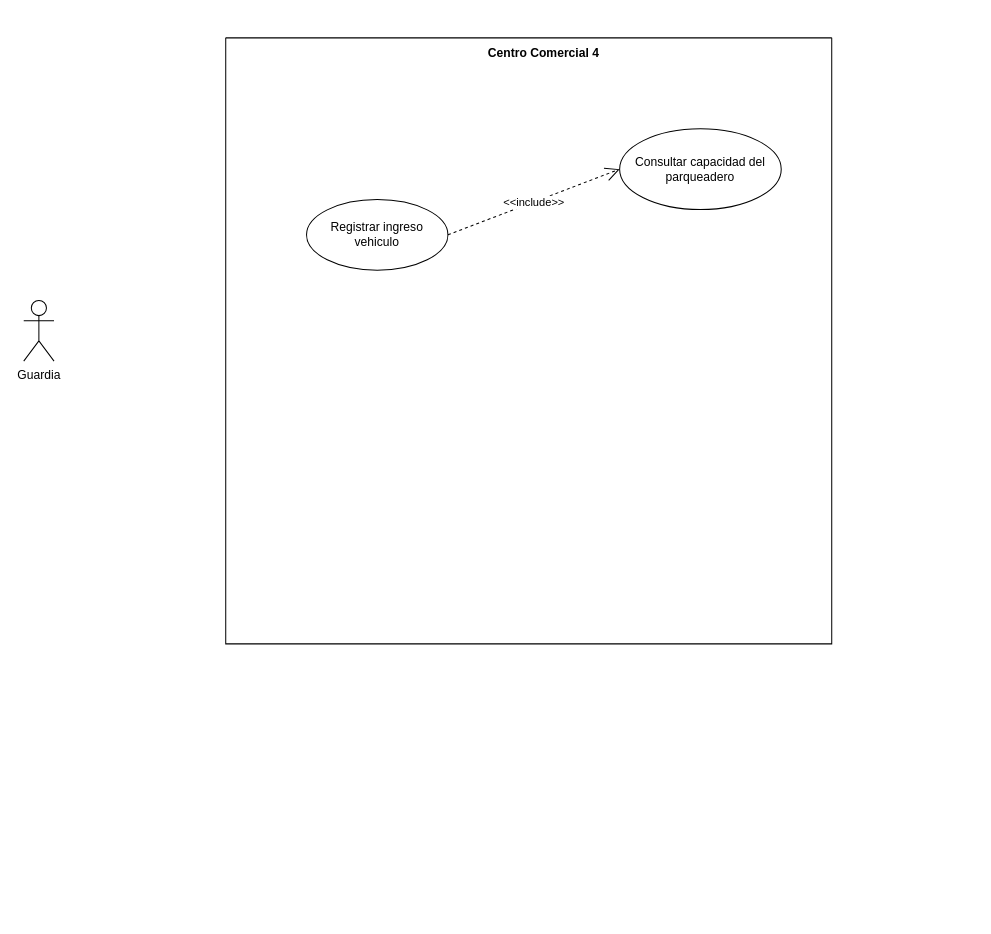
dvdm12/Exercices keeps this draw.io diagram as page "Página-5" (5 of 5) of Diagrama sin título.drawio. Above is the earlier version. Source tidied: cells renumbered, new cells numbered last; positions are measured from the earlier drawing's top-left corner, leaving out a move shared by most shapes. Both pictures are drawn from the tidied source at 101%, with x=0, y=0 at pixel (23, 37).
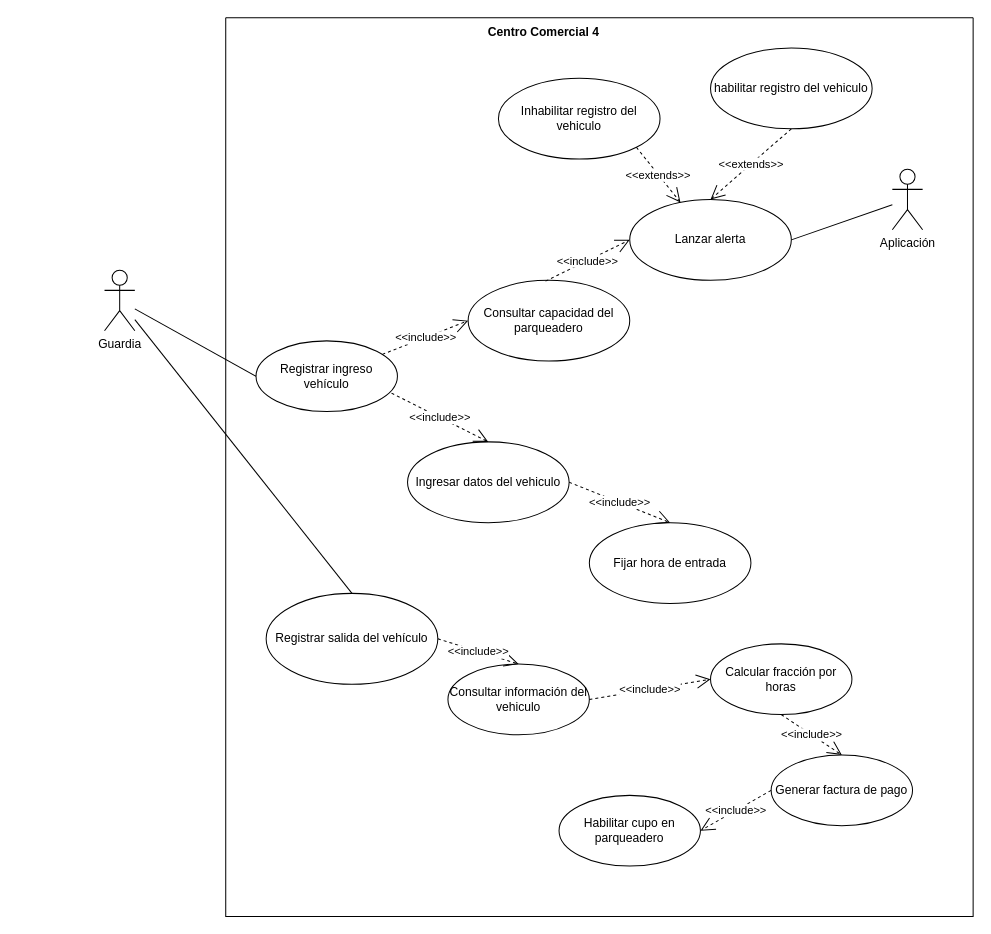
The same page after the edit.

The edit, as a diff of the source:
```diff
@@
     <mxCell id="2" style="swimlane;startSize=0;" parent="1" vertex="1">
-      <mxGeometry x="200" width="600" height="600" as="geometry" />
+      <mxGeometry x="200" y="-20" width="740" height="890" as="geometry" />
     </mxCell>
@@
-    <mxCell id="4" value="Registrar ingreso vehiculo" style="ellipse;whiteSpace=wrap;html=1;" parent="2" vertex="1">
-      <mxGeometry x="80" y="160" width="140" height="70" as="geometry" />
+    <mxCell id="4" value="Registrar ingreso vehículo" style="ellipse;whiteSpace=wrap;html=1;" parent="2" vertex="1">
+      <mxGeometry x="30" y="320" width="140" height="70" as="geometry" />
     </mxCell>
     <mxCell id="5" value="Consultar capacidad del parqueadero" style="ellipse;whiteSpace=wrap;html=1;" parent="2" vertex="1">
-      <mxGeometry x="390" y="90" width="160" height="80" as="geometry" />
+      <mxGeometry x="240" y="260" width="160" height="80" as="geometry" />
     </mxCell>
-    <mxCell id="6" value="&amp;lt;&amp;lt;include&amp;gt;&amp;gt;" style="endArrow=open;endSize=12;dashed=1;html=1;rounded=0;exitX=1;exitY=0.5;exitDx=0;exitDy=0;entryX=0;entryY=0.5;entryDx=0;entryDy=0;" parent="2" edge="1" source="4" target="5">
+    <mxCell id="6" value="&amp;lt;&amp;lt;include&amp;gt;&amp;gt;" style="endArrow=open;endSize=12;dashed=1;html=1;rounded=0;entryX=0;entryY=0.5;entryDx=0;entryDy=0;" parent="2" edge="1" source="4" target="5">
       <mxGeometry relative="1" as="geometry" />
     </mxCell>
+    <mxCell id="8" value="Ingresar datos del vehiculo" style="ellipse;whiteSpace=wrap;html=1;" parent="2" vertex="1">
+      <mxGeometry x="180" y="420" width="160" height="80" as="geometry" />
+    </mxCell>
+    <mxCell id="9" value="&amp;lt;&amp;lt;include&amp;gt;&amp;gt;" style="endArrow=open;endSize=12;dashed=1;html=1;rounded=0;entryX=0.5;entryY=0;entryDx=0;entryDy=0;exitX=0.958;exitY=0.739;exitDx=0;exitDy=0;exitPerimeter=0;" parent="2" edge="1" source="4" target="8">
+      <mxGeometry relative="1" as="geometry" />
+    </mxCell>
+    <mxCell id="10" value="Lanzar alerta " style="ellipse;whiteSpace=wrap;html=1;" parent="2" vertex="1">
+      <mxGeometry x="400" y="180" width="160" height="80" as="geometry" />
+    </mxCell>
+    <mxCell id="11" value="Inhabilitar registro del vehiculo" style="ellipse;whiteSpace=wrap;html=1;" parent="2" vertex="1">
+      <mxGeometry x="270" y="60" width="160" height="80" as="geometry" />
+    </mxCell>
+    <mxCell id="12" value="habilitar registro del vehiculo" style="ellipse;whiteSpace=wrap;html=1;" parent="2" vertex="1">
+      <mxGeometry x="480" y="30" width="160" height="80" as="geometry" />
+    </mxCell>
+    <mxCell id="13" value="&amp;lt;&amp;lt;extends&amp;gt;&amp;gt;" style="endArrow=open;endSize=12;dashed=1;html=1;rounded=0;exitX=1;exitY=1;exitDx=0;exitDy=0;" parent="2" edge="1" source="11" target="10">
+      <mxGeometry relative="1" as="geometry" />
+    </mxCell>
+    <mxCell id="14" value="&amp;lt;&amp;lt;extends&amp;gt;&amp;gt;" style="endArrow=open;endSize=12;dashed=1;html=1;rounded=0;entryX=0.5;entryY=0;entryDx=0;entryDy=0;exitX=0.5;exitY=1;exitDx=0;exitDy=0;" parent="2" edge="1" source="12" target="10">
+      <mxGeometry relative="1" as="geometry" />
+    </mxCell>
+    <mxCell id="15" value="&amp;lt;&amp;lt;include&amp;gt;&amp;gt;" style="endArrow=open;endSize=12;dashed=1;html=1;rounded=0;entryX=0;entryY=0.5;entryDx=0;entryDy=0;exitX=0.479;exitY=0.011;exitDx=0;exitDy=0;exitPerimeter=0;" parent="2" edge="1" source="5" target="10">
+      <mxGeometry relative="1" as="geometry" />
+    </mxCell>
+    <mxCell id="16" value="Registrar salida del vehículo" style="ellipse;whiteSpace=wrap;html=1;" parent="2" vertex="1">
+      <mxGeometry x="40" y="570" width="170" height="90" as="geometry" />
+    </mxCell>
+    <mxCell id="17" value="Fijar hora de entrada" style="ellipse;whiteSpace=wrap;html=1;" parent="2" vertex="1">
+      <mxGeometry x="360" y="500" width="160" height="80" as="geometry" />
+    </mxCell>
+    <mxCell id="18" value="&amp;lt;&amp;lt;include&amp;gt;&amp;gt;" style="endArrow=open;endSize=12;dashed=1;html=1;rounded=0;entryX=0.5;entryY=0;entryDx=0;entryDy=0;exitX=1;exitY=0.5;exitDx=0;exitDy=0;" parent="2" edge="1" source="8" target="17">
+      <mxGeometry relative="1" as="geometry" />
+    </mxCell>
+    <mxCell id="19" value="Calcular fracción por horas" style="ellipse;whiteSpace=wrap;html=1;" parent="2" vertex="1">
+      <mxGeometry x="480" y="620" width="140" height="70" as="geometry" />
+    </mxCell>
+    <mxCell id="20" value="Consultar información del vehiculo" style="ellipse;whiteSpace=wrap;html=1;" parent="2" vertex="1">
+      <mxGeometry x="220" y="640" width="140" height="70" as="geometry" />
+    </mxCell>
+    <mxCell id="21" value="&amp;lt;&amp;lt;include&amp;gt;&amp;gt;" style="endArrow=open;endSize=12;dashed=1;html=1;rounded=0;entryX=0.5;entryY=0;entryDx=0;entryDy=0;exitX=1;exitY=0.5;exitDx=0;exitDy=0;" parent="2" edge="1" source="16" target="20">
+      <mxGeometry relative="1" as="geometry" />
+    </mxCell>
+    <mxCell id="22" value="&amp;lt;&amp;lt;include&amp;gt;&amp;gt;" style="endArrow=open;endSize=12;dashed=1;html=1;rounded=0;entryX=0;entryY=0.5;entryDx=0;entryDy=0;exitX=1;exitY=0.5;exitDx=0;exitDy=0;" parent="2" edge="1" source="20" target="19">
+      <mxGeometry relative="1" as="geometry" />
+    </mxCell>
+    <mxCell id="23" value="Generar factura de pago" style="ellipse;whiteSpace=wrap;html=1;" parent="2" vertex="1">
+      <mxGeometry x="540" y="730" width="140" height="70" as="geometry" />
+    </mxCell>
+    <mxCell id="24" value="&amp;lt;&amp;lt;include&amp;gt;&amp;gt;" style="endArrow=open;endSize=12;dashed=1;html=1;rounded=0;entryX=0.5;entryY=0;entryDx=0;entryDy=0;exitX=0.5;exitY=1;exitDx=0;exitDy=0;" parent="2" edge="1" source="19" target="23">
+      <mxGeometry relative="1" as="geometry" />
+    </mxCell>
+    <mxCell id="25" value="Habilitar cupo en parqueadero" style="ellipse;whiteSpace=wrap;html=1;" parent="2" vertex="1">
+      <mxGeometry x="330" y="770" width="140" height="70" as="geometry" />
+    </mxCell>
+    <mxCell id="26" value="&amp;lt;&amp;lt;include&amp;gt;&amp;gt;" style="endArrow=open;endSize=12;dashed=1;html=1;rounded=0;entryX=1;entryY=0.5;entryDx=0;entryDy=0;exitX=0;exitY=0.5;exitDx=0;exitDy=0;" parent="2" edge="1" source="23" target="25">
+      <mxGeometry relative="1" as="geometry" />
+    </mxCell>
-    <mxCell id="7" value="Guardia" style="shape=umlActor;verticalLabelPosition=bottom;verticalAlign=top;html=1;outlineConnect=0;" parent="1" vertex="1">
-      <mxGeometry y="260" width="30" height="60" as="geometry" />
+    <mxCell id="7" value="Aplicación" style="shape=umlActor;verticalLabelPosition=bottom;verticalAlign=top;html=1;outlineConnect=0;" parent="1" vertex="1">
+      <mxGeometry x="860" y="130" width="30" height="60" as="geometry" />
     </mxCell>
+    <mxCell id="27" value="Guardia" style="shape=umlActor;verticalLabelPosition=bottom;verticalAlign=top;html=1;outlineConnect=0;" parent="1" vertex="1">
+      <mxGeometry x="80" y="230" width="30" height="60" as="geometry" />
+    </mxCell>
+    <mxCell id="28" style="endArrow=none;html=1;rounded=0;exitX=1;exitY=0.5;exitDx=0;exitDy=0;" parent="1" edge="1" source="10" target="7">
+      <mxGeometry relative="1" as="geometry" />
+    </mxCell>
+    <mxCell id="29" style="endArrow=none;html=1;rounded=0;entryX=0;entryY=0.5;entryDx=0;entryDy=0;" parent="1" edge="1" source="27" target="4">
+      <mxGeometry relative="1" as="geometry" />
+    </mxCell>
+    <mxCell id="30" style="endArrow=none;html=1;rounded=0;entryX=0.5;entryY=0;entryDx=0;entryDy=0;" parent="1" edge="1" source="27" target="16">
+      <mxGeometry relative="1" as="geometry" />
+    </mxCell>
```
